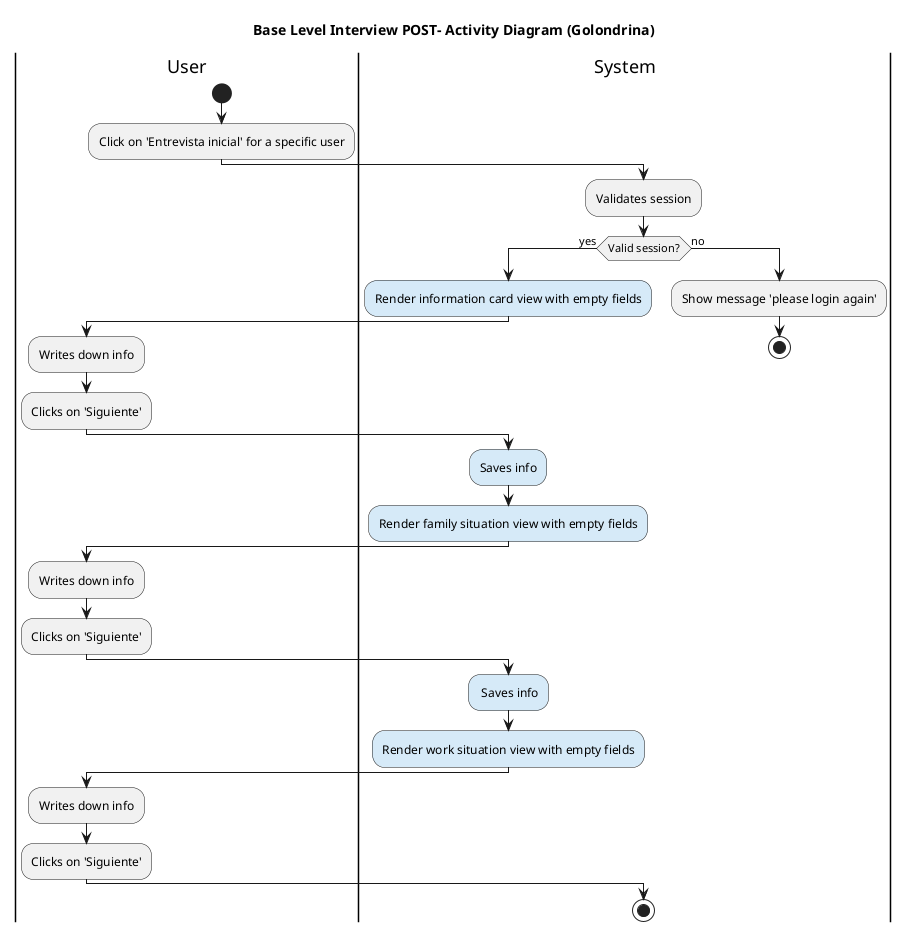
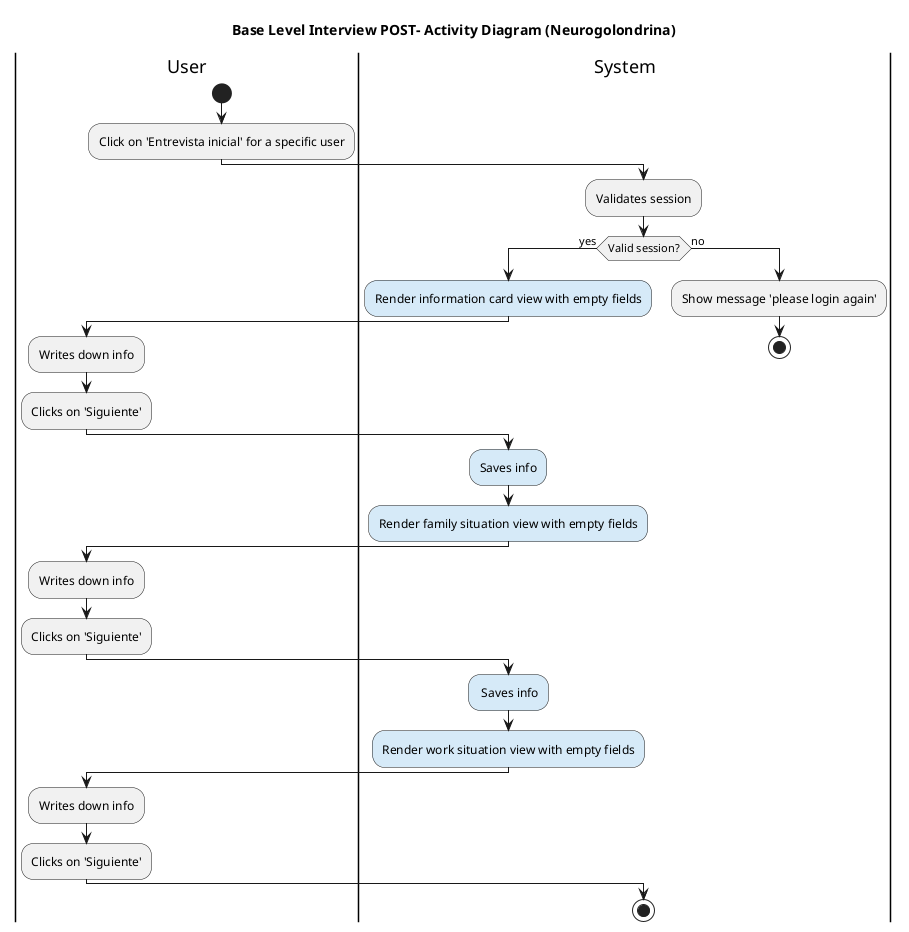
@startuml EI01_POST_Activity
- title Base Level Interview POST- Activity Diagram (Golondrina)
+ title Base Level Interview POST- Activity Diagram (Neurogolondrina)


|User|
start
:Click on 'Entrevista inicial' for a specific user;

|System|
:Validates session;

if (Valid session?) then (yes)
    #D6EAF8:Render information card view with empty fields;

    |User|
    :Writes down info;
    :Clicks on 'Siguiente';

    |System|
    #D6EAF8:Saves info;
    #D6EAF8:Render family situation view with empty fields;

    |User|
    :Writes down info;
    :Clicks on 'Siguiente';

    |System|
    #D6EAF8: Saves info;
    #D6EAF8:Render work situation view with empty fields;

    |User|
    :Writes down info;
    :Clicks on 'Siguiente';

else (no)
    |System|
    :Show message 'please login again';
    stop

endif
stop

@enduml